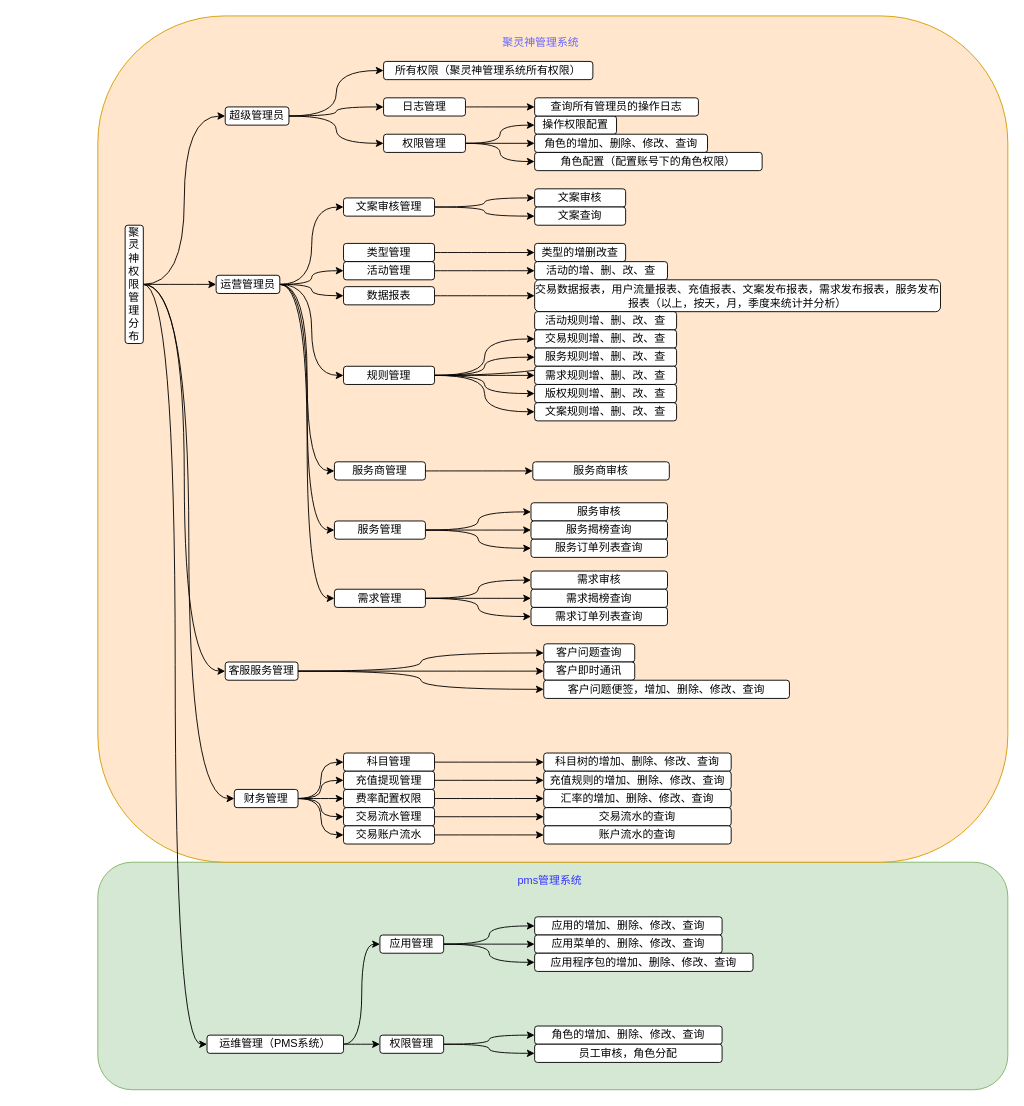
Before: Untitled Diagram.drawio in Raox1ngj1ng/mydraw, a draw.io diagram. Source tidied: cells renumbered, new cells numbered last; positions are measured from the earlier drawing's top-left corner, leaving out a move shared by most shapes. Both pictures are drawn from the tidied source at 91%, with x=0, y=0 at pixel (97, 15).
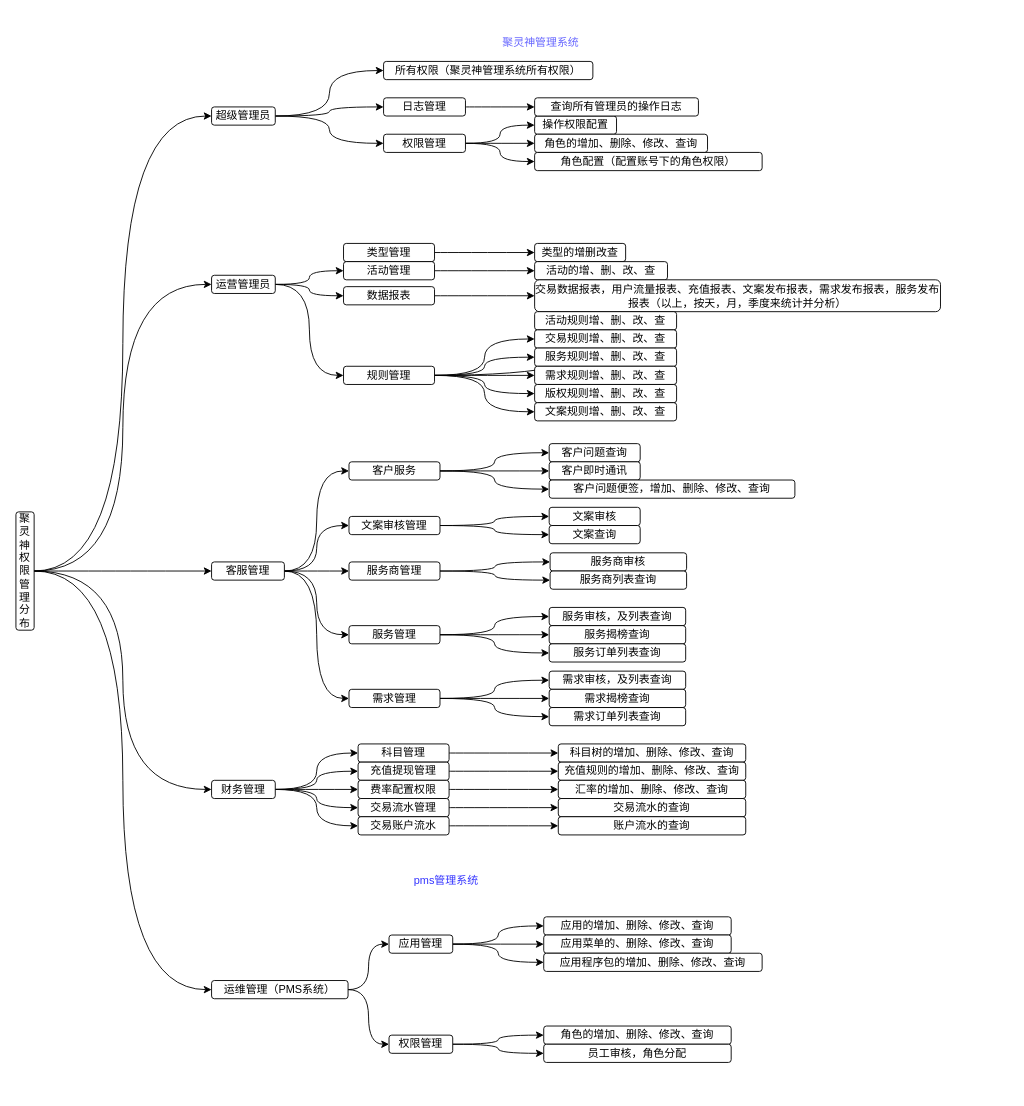
After the change.

The edit, as a diff of the source:
```diff
@@
-    <mxCell id="2" style="rounded=1;whiteSpace=wrap;html=1;fillColor=#d5e8d4;strokeColor=#82b366;" parent="1" vertex="1">
-      <mxGeometry y="930" width="1000" height="250" as="geometry" />
-    </mxCell>
-    <mxCell id="3" style="rounded=1;whiteSpace=wrap;html=1;fillColor=#ffe6cc;strokeColor=#d79b00;" parent="1" vertex="1">
-      <mxGeometry width="1000" height="930" as="geometry" />
-    </mxCell>
@@
-    <mxCell id="5" style="edgeStyle=orthogonalEdgeStyle;curved=1;rounded=0;jettySize=auto;html=1;exitX=1;exitY=0.5;exitDx=0;exitDy=0;" parent="1" edge="1" source="9" target="21">
-      <mxGeometry relative="1" as="geometry" />
-    </mxCell>
@@
+    <mxCell id="5" style="edgeStyle=orthogonalEdgeStyle;curved=1;rounded=0;jettySize=auto;html=1;exitX=1;exitY=0.5;exitDx=0;exitDy=0;entryX=0;entryY=0.5;entryDx=0;entryDy=0;" parent="1" edge="1" source="9" target="21">
+      <mxGeometry relative="1" as="geometry" />
+    </mxCell>
     <mxCell id="9" value="聚灵神权限管理分布" style="rounded=1;whiteSpace=wrap;html=1;" parent="1" vertex="1">
-      <mxGeometry x="30" y="230" width="20" height="130" as="geometry" />
+      <mxGeometry x="-90" y="545" width="20" height="130" as="geometry" />
     </mxCell>
@@
     <mxCell id="13" value="超级管理员" style="rounded=1;whiteSpace=wrap;html=1;" parent="1" vertex="1">
-      <mxGeometry x="140" y="100" width="70" height="20" as="geometry" />
+      <mxGeometry x="125" y="100" width="70" height="20" as="geometry" />
     </mxCell>
-    <mxCell id="14" style="edgeStyle=orthogonalEdgeStyle;curved=1;rounded=0;jettySize=auto;html=1;exitX=1;exitY=0.5;exitDx=0;exitDy=0;entryX=0;entryY=0.5;entryDx=0;entryDy=0;" parent="1" edge="1" source="21" target="31">
-      <mxGeometry relative="1" as="geometry" />
-    </mxCell>
@@
-    <mxCell id="18" style="edgeStyle=orthogonalEdgeStyle;curved=1;rounded=0;jettySize=auto;html=1;exitX=1;exitY=0.5;exitDx=0;exitDy=0;entryX=0;entryY=0.5;entryDx=0;entryDy=0;" parent="1" edge="1" source="21" target="106">
-      <mxGeometry relative="1" as="geometry" />
-    </mxCell>
-    <mxCell id="19" style="edgeStyle=orthogonalEdgeStyle;curved=1;rounded=0;jettySize=auto;html=1;exitX=1;exitY=0.5;exitDx=0;exitDy=0;entryX=0;entryY=0.5;entryDx=0;entryDy=0;" parent="1" edge="1" source="21" target="110">
-      <mxGeometry relative="1" as="geometry" />
-    </mxCell>
-    <mxCell id="20" style="edgeStyle=orthogonalEdgeStyle;curved=1;rounded=0;jettySize=auto;html=1;exitX=1;exitY=0.5;exitDx=0;exitDy=0;entryX=0;entryY=0.5;entryDx=0;entryDy=0;" parent="1" edge="1" source="21" target="114">
-      <mxGeometry relative="1" as="geometry" />
-    </mxCell>
     <mxCell id="21" value="运营管理员" style="rounded=1;whiteSpace=wrap;html=1;" parent="1" vertex="1">
-      <mxGeometry x="130" y="285" width="70" height="20" as="geometry" />
+      <mxGeometry x="125" y="285" width="70" height="20" as="geometry" />
     </mxCell>
@@
     <mxCell id="27" value="财务管理" style="rounded=1;whiteSpace=wrap;html=1;" parent="1" vertex="1">
-      <mxGeometry x="150" y="850" width="70" height="20" as="geometry" />
+      <mxGeometry x="125" y="840" width="70" height="20" as="geometry" />
     </mxCell>
@@
-    <mxCell id="29" style="edgeStyle=orthogonalEdgeStyle;curved=1;rounded=0;jettySize=auto;html=1;exitX=1;exitY=0.5;exitDx=0;exitDy=0;entryX=0;entryY=0.5;entryDx=0;entryDy=0;" parent="1" edge="1" source="31" target="55">
-      <mxGeometry relative="1" as="geometry" />
-    </mxCell>
-    <mxCell id="30" style="edgeStyle=orthogonalEdgeStyle;curved=1;rounded=0;jettySize=auto;html=1;exitX=1;exitY=0.5;exitDx=0;exitDy=0;entryX=0;entryY=0.5;entryDx=0;entryDy=0;" parent="1" edge="1" source="31" target="56">
-      <mxGeometry relative="1" as="geometry" />
-    </mxCell>
-    <mxCell id="31" value="文案审核管理" style="rounded=1;whiteSpace=wrap;html=1;" parent="1" vertex="1">
-      <mxGeometry x="270" y="200" width="100" height="20" as="geometry" />
-    </mxCell>
@@
     <mxCell id="46" value="科目管理" style="rounded=1;whiteSpace=wrap;html=1;" parent="1" vertex="1">
-      <mxGeometry x="270" y="810" width="100" height="20" as="geometry" />
+      <mxGeometry x="286" y="800" width="100" height="20" as="geometry" />
     </mxCell>
@@
     <mxCell id="48" value="充值提现管理" style="rounded=1;whiteSpace=wrap;html=1;" parent="1" vertex="1">
-      <mxGeometry x="270" y="830" width="100" height="20" as="geometry" />
+      <mxGeometry x="286" y="820" width="100" height="20" as="geometry" />
     </mxCell>
@@
     <mxCell id="50" value="费率配置权限" style="rounded=1;whiteSpace=wrap;html=1;" parent="1" vertex="1">
-      <mxGeometry x="270" y="850" width="100" height="20" as="geometry" />
+      <mxGeometry x="286" y="840" width="100" height="20" as="geometry" />
     </mxCell>
@@
     <mxCell id="52" value="交易流水管理" style="rounded=1;whiteSpace=wrap;html=1;" parent="1" vertex="1">
-      <mxGeometry x="270" y="870" width="100" height="20" as="geometry" />
+      <mxGeometry x="286" y="860" width="100" height="20" as="geometry" />
     </mxCell>
-    <mxCell id="53" style="edgeStyle=orthogonalEdgeStyle;curved=1;rounded=0;jettySize=auto;html=1;exitX=1;exitY=0.5;exitDx=0;exitDy=0;" parent="1" edge="1" source="54" target="70">
+    <mxCell id="53" style="edgeStyle=orthogonalEdgeStyle;curved=1;rounded=0;jettySize=auto;html=1;exitX=1;exitY=0.5;exitDx=0;exitDy=0;entryX=0;entryY=0.5;entryDx=0;entryDy=0;" parent="1" edge="1" source="54" target="70">
       <mxGeometry relative="1" as="geometry" />
     </mxCell>
     <mxCell id="54" value="交易账户流水" style="rounded=1;whiteSpace=wrap;html=1;" parent="1" vertex="1">
-      <mxGeometry x="270" y="890" width="100" height="20" as="geometry" />
+      <mxGeometry x="286" y="880" width="100" height="20" as="geometry" />
     </mxCell>
-    <mxCell id="55" value="文案审核" style="rounded=1;whiteSpace=wrap;html=1;" parent="1" vertex="1">
-      <mxGeometry x="480" y="190" width="100" height="20" as="geometry" />
-    </mxCell>
-    <mxCell id="56" value="文案查询" style="rounded=1;whiteSpace=wrap;html=1;" parent="1" vertex="1">
-      <mxGeometry x="480" y="210" width="100" height="20" as="geometry" />
-    </mxCell>
@@
     <mxCell id="66" value="科目树的增加、删除、修改、查询" style="rounded=1;whiteSpace=wrap;html=1;" parent="1" vertex="1">
-      <mxGeometry x="490" y="810" width="206" height="20" as="geometry" />
+      <mxGeometry x="506" y="800" width="206" height="20" as="geometry" />
     </mxCell>
     <mxCell id="67" value="充值规则的增加、删除、修改、查询" style="rounded=1;whiteSpace=wrap;html=1;" parent="1" vertex="1">
-      <mxGeometry x="490" y="830" width="206" height="20" as="geometry" />
+      <mxGeometry x="506" y="820" width="206" height="20" as="geometry" />
     </mxCell>
     <mxCell id="68" value="汇率的增加、删除、修改、查询" style="rounded=1;whiteSpace=wrap;html=1;" parent="1" vertex="1">
-      <mxGeometry x="490" y="850" width="206" height="20" as="geometry" />
+      <mxGeometry x="506" y="840" width="206" height="20" as="geometry" />
     </mxCell>
     <mxCell id="69" value="交易流水的查询" style="rounded=1;whiteSpace=wrap;html=1;" parent="1" vertex="1">
-      <mxGeometry x="490" y="870" width="206" height="20" as="geometry" />
+      <mxGeometry x="506" y="860" width="206" height="20" as="geometry" />
     </mxCell>
     <mxCell id="70" value="账户流水的查询" style="rounded=1;whiteSpace=wrap;html=1;" parent="1" vertex="1">
-      <mxGeometry x="490" y="890" width="206" height="20" as="geometry" />
+      <mxGeometry x="506" y="880" width="206" height="20" as="geometry" />
     </mxCell>
@@
     <mxCell id="73" value="运维管理（PMS系统）" style="rounded=1;whiteSpace=wrap;html=1;" parent="1" vertex="1">
-      <mxGeometry x="120" y="1120" width="150" height="20" as="geometry" />
+      <mxGeometry x="125" y="1060" width="150" height="20" as="geometry" />
     </mxCell>
@@
     <mxCell id="77" value="应用管理" style="rounded=1;whiteSpace=wrap;html=1;" parent="1" vertex="1">
-      <mxGeometry x="310" y="1010" width="70" height="20" as="geometry" />
+      <mxGeometry x="320" y="1010" width="70" height="20" as="geometry" />
     </mxCell>
     <mxCell id="78" value="应用的增加、删除、修改、查询" style="rounded=1;whiteSpace=wrap;html=1;" parent="1" vertex="1">
-      <mxGeometry x="480" y="990" width="206" height="20" as="geometry" />
+      <mxGeometry x="490" y="990" width="206" height="20" as="geometry" />
     </mxCell>
     <mxCell id="79" value="应用菜单的、删除、修改、查询" style="rounded=1;whiteSpace=wrap;html=1;" parent="1" vertex="1">
-      <mxGeometry x="480" y="1010" width="206" height="20" as="geometry" />
+      <mxGeometry x="490" y="1010" width="206" height="20" as="geometry" />
     </mxCell>
     <mxCell id="80" value="应用程序包的增加、删除、修改、查询" style="rounded=1;whiteSpace=wrap;html=1;" parent="1" vertex="1">
-      <mxGeometry x="480" y="1030" width="240" height="20" as="geometry" />
+      <mxGeometry x="490" y="1030" width="240" height="20" as="geometry" />
     </mxCell>
@@
     <mxCell id="83" value="权限管理" style="rounded=1;whiteSpace=wrap;html=1;" parent="1" vertex="1">
-      <mxGeometry x="310" y="1120" width="70" height="20" as="geometry" />
+      <mxGeometry x="320" y="1120" width="70" height="20" as="geometry" />
     </mxCell>
     <mxCell id="84" value="角色的增加、删除、修改、查询" style="rounded=1;whiteSpace=wrap;html=1;" parent="1" vertex="1">
-      <mxGeometry x="480" y="1110" width="206" height="20" as="geometry" />
+      <mxGeometry x="490" y="1110" width="206" height="20" as="geometry" />
     </mxCell>
     <mxCell id="85" value="员工审核，角色分配" style="rounded=1;whiteSpace=wrap;html=1;" parent="1" vertex="1">
-      <mxGeometry x="480" y="1130" width="206" height="20" as="geometry" />
+      <mxGeometry x="490" y="1130" width="206" height="20" as="geometry" />
     </mxCell>
@@
     <mxCell id="93" value="&lt;font color=&quot;#3333ff&quot;&gt;pms管理系统&lt;/font&gt;" style="text;html=1;strokeColor=none;fillColor=none;align=center;verticalAlign=middle;whiteSpace=wrap;rounded=0;" parent="1" vertex="1">
-      <mxGeometry x="414" y="930" width="166" height="40" as="geometry" />
+      <mxGeometry x="300" y="930" width="166" height="40" as="geometry" />
     </mxCell>
@@
-    <mxCell id="95" style="edgeStyle=orthogonalEdgeStyle;curved=1;rounded=0;jettySize=auto;html=1;exitX=1;exitY=0.5;exitDx=0;exitDy=0;entryX=0;entryY=0.5;entryDx=0;entryDy=0;" parent="1" edge="1" source="98" target="99">
-      <mxGeometry relative="1" as="geometry" />
-    </mxCell>
-    <mxCell id="96" style="edgeStyle=orthogonalEdgeStyle;curved=1;rounded=0;jettySize=auto;html=1;exitX=1;exitY=0.5;exitDx=0;exitDy=0;entryX=0;entryY=0.5;entryDx=0;entryDy=0;" parent="1" edge="1" source="98" target="100">
-      <mxGeometry relative="1" as="geometry" />
-    </mxCell>
-    <mxCell id="97" style="edgeStyle=orthogonalEdgeStyle;curved=1;rounded=0;jettySize=auto;html=1;exitX=1;exitY=0.5;exitDx=0;exitDy=0;entryX=0;entryY=0.5;entryDx=0;entryDy=0;" parent="1" edge="1" source="98" target="101">
-      <mxGeometry relative="1" as="geometry" />
-    </mxCell>
+    <mxCell id="122" style="edgeStyle=orthogonalEdgeStyle;curved=1;rounded=0;jettySize=auto;html=1;exitX=1;exitY=0.5;exitDx=0;exitDy=0;entryX=0;entryY=0.5;entryDx=0;entryDy=0;" parent="1" edge="1" source="98" target="132">
+      <mxGeometry relative="1" as="geometry" />
+    </mxCell>
+    <mxCell id="123" style="edgeStyle=orthogonalEdgeStyle;curved=1;rounded=0;jettySize=auto;html=1;exitX=1;exitY=0.5;exitDx=0;exitDy=0;entryX=0;entryY=0.5;entryDx=0;entryDy=0;" parent="1" edge="1" source="98" target="31">
+      <mxGeometry relative="1" as="geometry" />
+    </mxCell>
+    <mxCell id="124" style="edgeStyle=orthogonalEdgeStyle;curved=1;rounded=0;jettySize=auto;html=1;exitX=1;exitY=0.5;exitDx=0;exitDy=0;" parent="1" edge="1" source="98" target="106">
+      <mxGeometry relative="1" as="geometry" />
+    </mxCell>
+    <mxCell id="125" style="edgeStyle=orthogonalEdgeStyle;curved=1;rounded=0;jettySize=auto;html=1;exitX=1;exitY=0.5;exitDx=0;exitDy=0;entryX=0;entryY=0.5;entryDx=0;entryDy=0;" parent="1" edge="1" source="98" target="110">
+      <mxGeometry relative="1" as="geometry" />
+    </mxCell>
+    <mxCell id="126" style="edgeStyle=orthogonalEdgeStyle;curved=1;rounded=0;jettySize=auto;html=1;exitX=1;exitY=0.5;exitDx=0;exitDy=0;entryX=0;entryY=0.5;entryDx=0;entryDy=0;" parent="1" edge="1" source="98" target="114">
+      <mxGeometry relative="1" as="geometry" />
+    </mxCell>
-    <mxCell id="98" value="客服服务管理" style="rounded=1;whiteSpace=wrap;html=1;" parent="1" vertex="1">
-      <mxGeometry x="140" y="710" width="80" height="20" as="geometry" />
+    <mxCell id="98" value="客服管理" style="rounded=1;whiteSpace=wrap;html=1;" parent="1" vertex="1">
+      <mxGeometry x="125" y="600" width="80" height="20" as="geometry" />
     </mxCell>
     <mxCell id="99" value="客户问题查询" style="rounded=1;whiteSpace=wrap;html=1;" parent="1" vertex="1">
-      <mxGeometry x="490" y="690" width="100" height="20" as="geometry" />
+      <mxGeometry x="496" y="470" width="100" height="20" as="geometry" />
     </mxCell>
     <mxCell id="100" value="客户即时通讯" style="rounded=1;whiteSpace=wrap;html=1;" parent="1" vertex="1">
-      <mxGeometry x="490" y="710" width="100" height="20" as="geometry" />
+      <mxGeometry x="496" y="490" width="100" height="20" as="geometry" />
     </mxCell>
     <mxCell id="101" value="客户问题便签，增加、删除、修改、查询" style="rounded=1;whiteSpace=wrap;html=1;" parent="1" vertex="1">
-      <mxGeometry x="490" y="730" width="270" height="20" as="geometry" />
+      <mxGeometry x="496" y="510" width="270" height="20" as="geometry" />
     </mxCell>
@@
+    <mxCell id="29" style="edgeStyle=orthogonalEdgeStyle;curved=1;rounded=0;jettySize=auto;html=1;exitX=1;exitY=0.5;exitDx=0;exitDy=0;" parent="1" edge="1" source="31" target="55">
+      <mxGeometry relative="1" as="geometry" />
+    </mxCell>
+    <mxCell id="30" style="edgeStyle=orthogonalEdgeStyle;curved=1;rounded=0;jettySize=auto;html=1;exitX=1;exitY=0.5;exitDx=0;exitDy=0;" parent="1" edge="1" source="31" target="56">
+      <mxGeometry relative="1" as="geometry" />
+    </mxCell>
+    <mxCell id="31" value="文案审核管理" style="rounded=1;whiteSpace=wrap;html=1;" parent="1" vertex="1">
+      <mxGeometry x="276" y="550" width="100" height="20" as="geometry" />
+    </mxCell>
-    <mxCell id="105" style="edgeStyle=orthogonalEdgeStyle;curved=1;rounded=0;jettySize=auto;html=1;exitX=1;exitY=0.5;exitDx=0;exitDy=0;entryX=0;entryY=0.5;entryDx=0;entryDy=0;" parent="1" edge="1" source="106" target="115">
+    <mxCell id="105" style="edgeStyle=orthogonalEdgeStyle;curved=1;rounded=0;jettySize=auto;html=1;exitX=1;exitY=0.5;exitDx=0;exitDy=0;" parent="1" edge="1" source="106" target="115">
       <mxGeometry relative="1" as="geometry" />
     </mxCell>
+    <mxCell id="127" style="edgeStyle=orthogonalEdgeStyle;curved=1;rounded=0;jettySize=auto;html=1;exitX=1;exitY=0.5;exitDx=0;exitDy=0;entryX=0;entryY=0.5;entryDx=0;entryDy=0;" parent="1" edge="1" source="106" target="136">
+      <mxGeometry relative="1" as="geometry" />
+    </mxCell>
     <mxCell id="106" value="服务商管理" style="rounded=1;whiteSpace=wrap;html=1;" parent="1" vertex="1">
-      <mxGeometry x="260" y="490" width="100" height="20" as="geometry" />
+      <mxGeometry x="276" y="600" width="100" height="20" as="geometry" />
     </mxCell>
-    <mxCell id="107" style="edgeStyle=orthogonalEdgeStyle;curved=1;rounded=0;jettySize=auto;html=1;exitX=1;exitY=0.5;exitDx=0;exitDy=0;entryX=0;entryY=0.5;entryDx=0;entryDy=0;" parent="1" edge="1" source="110" target="116">
-      <mxGeometry relative="1" as="geometry" />
-    </mxCell>
+    <mxCell id="128" style="edgeStyle=orthogonalEdgeStyle;curved=1;rounded=0;jettySize=auto;html=1;exitX=1;exitY=0.5;exitDx=0;exitDy=0;entryX=0;entryY=0.5;entryDx=0;entryDy=0;" parent="1" edge="1" source="110" target="134">
+      <mxGeometry relative="1" as="geometry" />
+    </mxCell>
@@
     <mxCell id="110" value="服务管理" style="rounded=1;whiteSpace=wrap;html=1;" parent="1" vertex="1">
-      <mxGeometry x="260" y="555" width="100" height="20" as="geometry" />
+      <mxGeometry x="276" y="670" width="100" height="20" as="geometry" />
     </mxCell>
+    <mxCell id="129" style="edgeStyle=orthogonalEdgeStyle;curved=1;rounded=0;jettySize=auto;html=1;exitX=1;exitY=0.5;exitDx=0;exitDy=0;" parent="1" edge="1" source="132" target="99">
+      <mxGeometry relative="1" as="geometry" />
+    </mxCell>
+    <mxCell id="130" style="edgeStyle=orthogonalEdgeStyle;curved=1;rounded=0;jettySize=auto;html=1;exitX=1;exitY=0.5;exitDx=0;exitDy=0;entryX=0;entryY=0.5;entryDx=0;entryDy=0;" parent="1" edge="1" source="132" target="100">
+      <mxGeometry relative="1" as="geometry" />
+    </mxCell>
+    <mxCell id="131" style="edgeStyle=orthogonalEdgeStyle;curved=1;rounded=0;jettySize=auto;html=1;exitX=1;exitY=0.5;exitDx=0;exitDy=0;" parent="1" edge="1" source="132" target="101">
+      <mxGeometry relative="1" as="geometry" />
+    </mxCell>
+    <mxCell id="132" value="客户服务" style="rounded=1;whiteSpace=wrap;html=1;" parent="1" vertex="1">
+      <mxGeometry x="276" y="490" width="100" height="20" as="geometry" />
+    </mxCell>
+    <mxCell id="133" style="edgeStyle=orthogonalEdgeStyle;curved=1;rounded=0;jettySize=auto;html=1;exitX=1;exitY=0.5;exitDx=0;exitDy=0;" parent="1" edge="1" source="114" target="135">
+      <mxGeometry relative="1" as="geometry" />
+    </mxCell>
-    <mxCell id="111" style="edgeStyle=orthogonalEdgeStyle;curved=1;rounded=0;jettySize=auto;html=1;exitX=1;exitY=0.5;exitDx=0;exitDy=0;entryX=0;entryY=0.5;entryDx=0;entryDy=0;" parent="1" edge="1" source="114" target="120">
+    <mxCell id="111" style="edgeStyle=orthogonalEdgeStyle;curved=1;rounded=0;jettySize=auto;html=1;exitX=1;exitY=0.5;exitDx=0;exitDy=0;" parent="1" edge="1" source="114" target="120">
       <mxGeometry relative="1" as="geometry" />
     </mxCell>
-    <mxCell id="112" style="edgeStyle=orthogonalEdgeStyle;curved=1;rounded=0;jettySize=auto;html=1;exitX=1;exitY=0.5;exitDx=0;exitDy=0;" parent="1" edge="1" source="114" target="119">
-      <mxGeometry relative="1" as="geometry" />
-    </mxCell>
@@
     <mxCell id="114" value="需求管理" style="rounded=1;whiteSpace=wrap;html=1;" parent="1" vertex="1">
-      <mxGeometry x="260" y="630" width="100" height="20" as="geometry" />
+      <mxGeometry x="276" y="740" width="100" height="20" as="geometry" />
     </mxCell>
+    <mxCell id="55" value="文案审核" style="rounded=1;whiteSpace=wrap;html=1;" parent="1" vertex="1">
+      <mxGeometry x="496" y="540" width="100" height="20" as="geometry" />
+    </mxCell>
+    <mxCell id="56" value="文案查询" style="rounded=1;whiteSpace=wrap;html=1;" parent="1" vertex="1">
+      <mxGeometry x="496" y="560" width="100" height="20" as="geometry" />
+    </mxCell>
     <mxCell id="115" value="服务商审核" style="rounded=1;whiteSpace=wrap;html=1;" parent="1" vertex="1">
-      <mxGeometry x="478" y="490" width="150" height="20" as="geometry" />
+      <mxGeometry x="497" y="590" width="150" height="20" as="geometry" />
     </mxCell>
-    <mxCell id="116" value="服务审核" style="rounded=1;whiteSpace=wrap;html=1;" parent="1" vertex="1">
-      <mxGeometry x="476" y="535" width="150" height="20" as="geometry" />
-    </mxCell>
+    <mxCell id="134" value="服务审核，及列表查询" style="rounded=1;whiteSpace=wrap;html=1;" parent="1" vertex="1">
+      <mxGeometry x="496" y="650" width="150" height="20" as="geometry" />
+    </mxCell>
     <mxCell id="117" value="服务揭榜查询" style="rounded=1;whiteSpace=wrap;html=1;" parent="1" vertex="1">
-      <mxGeometry x="476" y="555" width="150" height="20" as="geometry" />
+      <mxGeometry x="496" y="670" width="150" height="20" as="geometry" />
     </mxCell>
     <mxCell id="118" value="服务订单列表查询" style="rounded=1;whiteSpace=wrap;html=1;" parent="1" vertex="1">
-      <mxGeometry x="476" y="575" width="150" height="20" as="geometry" />
+      <mxGeometry x="496" y="690" width="150" height="20" as="geometry" />
     </mxCell>
-    <mxCell id="119" value="需求审核" style="rounded=1;whiteSpace=wrap;html=1;" parent="1" vertex="1">
-      <mxGeometry x="476" y="610" width="150" height="20" as="geometry" />
-    </mxCell>
+    <mxCell id="121" value="需求订单列表查询" style="rounded=1;whiteSpace=wrap;html=1;" parent="1" vertex="1">
+      <mxGeometry x="496" y="760" width="150" height="20" as="geometry" />
+    </mxCell>
+    <mxCell id="135" value="需求审核，及列表查询" style="rounded=1;whiteSpace=wrap;html=1;" parent="1" vertex="1">
+      <mxGeometry x="496" y="720" width="150" height="20" as="geometry" />
+    </mxCell>
     <mxCell id="120" value="需求揭榜查询" style="rounded=1;whiteSpace=wrap;html=1;" parent="1" vertex="1">
-      <mxGeometry x="476" y="630" width="150" height="20" as="geometry" />
+      <mxGeometry x="496" y="740" width="150" height="20" as="geometry" />
     </mxCell>
-    <mxCell id="121" value="需求订单列表查询" style="rounded=1;whiteSpace=wrap;html=1;" parent="1" vertex="1">
-      <mxGeometry x="476" y="650" width="150" height="20" as="geometry" />
-    </mxCell>
+    <mxCell id="136" value="服务商列表查询" style="rounded=1;whiteSpace=wrap;html=1;" parent="1" vertex="1">
+      <mxGeometry x="497" y="610" width="150" height="20" as="geometry" />
+    </mxCell>
```
